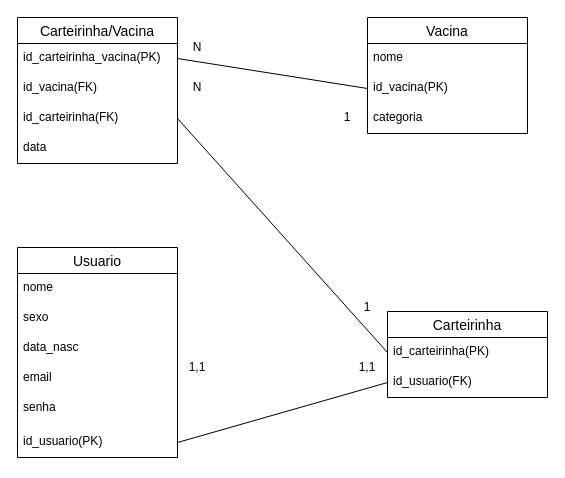
Earlier version of the draw.io diagram documentacao/der.drawio (Carlozo/Vaprotec-carteira-de-vacina-digital). Source tidied: cells renumbered, new cells numbered last; positions are measured from the earlier drawing's top-left corner, leaving out a move shared by most shapes. Both pictures are drawn from the tidied source at 100%, with x=0, y=0 at pixel (17, 17).
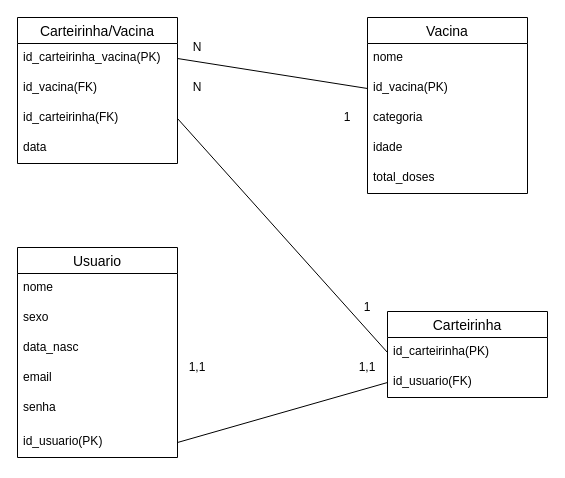
After the change.

What changed in the source:
```diff
@@
     <mxCell id="17" value="Vacina" style="swimlane;fontStyle=0;horizontal=1;startSize=26;align=center;fontSize=14;" parent="1" vertex="1">
-      <mxGeometry x="350" width="160" height="116" as="geometry" />
+      <mxGeometry x="350" width="160" height="176" as="geometry" />
     </mxCell>
@@
+    <mxCell id="30" value="idade" style="text;strokeColor=none;fillColor=none;spacingLeft=4;spacingRight=4;overflow=hidden;fontSize=12;" parent="17" vertex="1">
+      <mxGeometry y="116" width="160" height="30" as="geometry" />
+    </mxCell>
+    <mxCell id="31" value="total_doses" style="text;strokeColor=none;fillColor=none;spacingLeft=4;spacingRight=4;overflow=hidden;fontSize=12;" parent="17" vertex="1">
+      <mxGeometry y="146" width="160" height="30" as="geometry" />
+    </mxCell>
```
